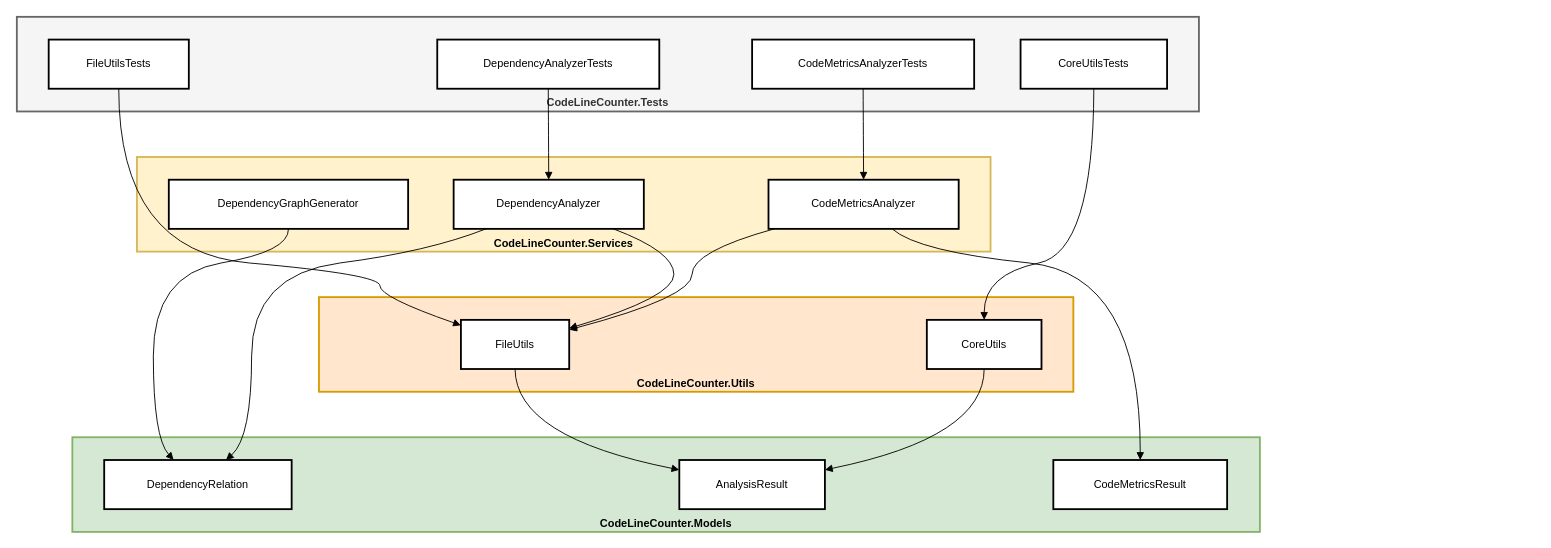
This is assets/archi.drawio from magic5644/codeLineCounter, a draw.io file, before an edit. Source tidied: cells renumbered, new cells numbered last; positions are measured from the earlier drawing's top-left corner, leaving out a move shared by most shapes. Both pictures are drawn from the tidied source at 91%, with x=0, y=0 at pixel (16, 16).
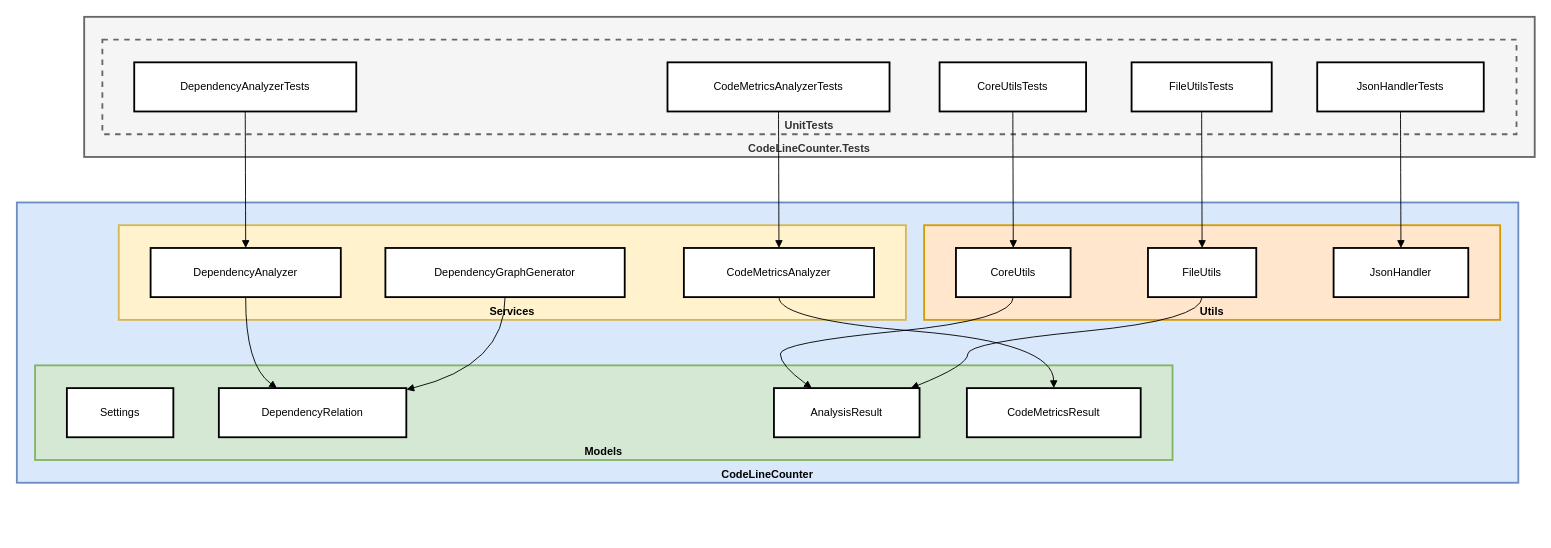
After the change.

Commit message:
refactor: update architecture diagram

Diff of the diagram source:
```diff
@@
-    <mxCell id="2" value="CodeLineCounter.Utils" style="whiteSpace=wrap;strokeWidth=2;verticalAlign=bottom;fontStyle=1;fillColor=#ffe6cc;strokeColor=#d79b00;" parent="1" vertex="1">
-      <mxGeometry x="332" y="308" width="829" height="104" as="geometry" />
-    </mxCell>
-    <mxCell id="3" value="CodeLineCounter.Services" style="whiteSpace=wrap;strokeWidth=2;verticalAlign=bottom;fontStyle=1;fillColor=#fff2cc;strokeColor=#d6b656;" parent="1" vertex="1">
-      <mxGeometry x="132" y="154" width="938" height="104" as="geometry" />
-    </mxCell>
-    <mxCell id="4" value="CodeLineCounter.Models" style="whiteSpace=wrap;strokeWidth=2;verticalAlign=bottom;fontStyle=1;fillColor=#d5e8d4;strokeColor=#82b366;" parent="1" vertex="1">
-      <mxGeometry x="61" y="462" width="1305" height="104" as="geometry" />
-    </mxCell>
-    <mxCell id="5" value="CodeLineCounter.Tests" style="whiteSpace=wrap;strokeWidth=2;verticalAlign=bottom;fontStyle=1;fillColor=#f5f5f5;strokeColor=#666666;fontColor=#333333;" parent="1" vertex="1">
-      <mxGeometry width="1299" height="104" as="geometry" />
+    <mxCell id="5" value="CodeLineCounter.Tests" style="whiteSpace=wrap;strokeWidth=2;verticalAlign=bottom;fontStyle=1;fillColor=#f5f5f5;fontColor=#333333;strokeColor=#666666;" parent="1" vertex="1">
+      <mxGeometry x="74" width="1594" height="154" as="geometry" />
     </mxCell>
-    <mxCell id="6" value="CodeMetricsAnalyzerTests" style="whiteSpace=wrap;strokeWidth=2;" parent="1" vertex="1">
-      <mxGeometry x="808" y="25" width="244" height="54" as="geometry" />
-    </mxCell>
-    <mxCell id="7" value="DependencyAnalyzerTests" style="whiteSpace=wrap;strokeWidth=2;" parent="1" vertex="1">
-      <mxGeometry x="462" y="25" width="244" height="54" as="geometry" />
-    </mxCell>
-    <mxCell id="8" value="CoreUtilsTests" style="whiteSpace=wrap;strokeWidth=2;" parent="1" vertex="1">
-      <mxGeometry x="1103" y="25" width="161" height="54" as="geometry" />
-    </mxCell>
-    <mxCell id="9" value="FileUtilsTests" style="whiteSpace=wrap;strokeWidth=2;" parent="1" vertex="1">
-      <mxGeometry x="35" y="25" width="154" height="54" as="geometry" />
-    </mxCell>
+    <mxCell id="29" value="UnitTests" style="whiteSpace=wrap;strokeWidth=2;verticalAlign=bottom;fontStyle=1;fillColor=#f5f5f5;fontColor=#333333;strokeColor=#666666;dashed=1;" parent="1" vertex="1">
+      <mxGeometry x="94" y="25" width="1554" height="104" as="geometry" />
+    </mxCell>
+    <mxCell id="30" value="CodeLineCounter" style="whiteSpace=wrap;strokeWidth=2;verticalAlign=bottom;fontStyle=1;fillColor=#dae8fc;strokeColor=#6c8ebf;" parent="1" vertex="1">
+      <mxGeometry y="204" width="1650" height="308" as="geometry" />
+    </mxCell>
+    <mxCell id="31" value="Utils" style="whiteSpace=wrap;strokeWidth=2;verticalAlign=bottom;fontStyle=1;fillColor=#ffe6cc;strokeColor=#d79b00;" parent="1" vertex="1">
+      <mxGeometry x="997" y="229" width="633" height="104" as="geometry" />
+    </mxCell>
+    <mxCell id="32" value="Services" style="whiteSpace=wrap;strokeWidth=2;verticalAlign=bottom;fontStyle=1;fillColor=#fff2cc;strokeColor=#d6b656;" parent="1" vertex="1">
+      <mxGeometry x="112" y="229" width="865" height="104" as="geometry" />
+    </mxCell>
+    <mxCell id="33" value="Models" style="whiteSpace=wrap;strokeWidth=2;verticalAlign=bottom;fontStyle=1;fillColor=#d5e8d4;strokeColor=#82b366;" parent="1" vertex="1">
+      <mxGeometry x="20" y="383" width="1250" height="104" as="geometry" />
+    </mxCell>
+    <mxCell id="34" value="Settings" style="whiteSpace=wrap;strokeWidth=2;" parent="1" vertex="1">
+      <mxGeometry x="55" y="408" width="117" height="54" as="geometry" />
+    </mxCell>
     <mxCell id="10" value="DependencyRelation" style="whiteSpace=wrap;strokeWidth=2;" parent="1" vertex="1">
-      <mxGeometry x="96" y="487" width="206" height="54" as="geometry" />
+      <mxGeometry x="222" y="408" width="206" height="54" as="geometry" />
     </mxCell>
     <mxCell id="11" value="AnalysisResult" style="whiteSpace=wrap;strokeWidth=2;" parent="1" vertex="1">
-      <mxGeometry x="728" y="487" width="160" height="54" as="geometry" />
+      <mxGeometry x="832" y="408" width="160" height="54" as="geometry" />
     </mxCell>
     <mxCell id="12" value="CodeMetricsResult" style="whiteSpace=wrap;strokeWidth=2;" parent="1" vertex="1">
-      <mxGeometry x="1139" y="487" width="191" height="54" as="geometry" />
+      <mxGeometry x="1044" y="408" width="191" height="54" as="geometry" />
     </mxCell>
     <mxCell id="13" value="CodeMetricsAnalyzer" style="whiteSpace=wrap;strokeWidth=2;" parent="1" vertex="1">
-      <mxGeometry x="826" y="179" width="209" height="54" as="geometry" />
+      <mxGeometry x="733" y="254" width="209" height="54" as="geometry" />
     </mxCell>
     <mxCell id="14" value="DependencyAnalyzer" style="whiteSpace=wrap;strokeWidth=2;" parent="1" vertex="1">
-      <mxGeometry x="480" y="179" width="209" height="54" as="geometry" />
+      <mxGeometry x="147" y="254" width="209" height="54" as="geometry" />
     </mxCell>
     <mxCell id="15" value="DependencyGraphGenerator" style="whiteSpace=wrap;strokeWidth=2;" parent="1" vertex="1">
-      <mxGeometry x="167" y="179" width="263" height="54" as="geometry" />
+      <mxGeometry x="405" y="254" width="263" height="54" as="geometry" />
     </mxCell>
     <mxCell id="16" value="CoreUtils" style="whiteSpace=wrap;strokeWidth=2;" parent="1" vertex="1">
-      <mxGeometry x="1000" y="333" width="126" height="54" as="geometry" />
+      <mxGeometry x="1032" y="254" width="126" height="54" as="geometry" />
     </mxCell>
     <mxCell id="17" value="FileUtils" style="whiteSpace=wrap;strokeWidth=2;" parent="1" vertex="1">
-      <mxGeometry x="488" y="333" width="119" height="54" as="geometry" />
+      <mxGeometry x="1243" y="254" width="119" height="54" as="geometry" />
     </mxCell>
+    <mxCell id="35" value="JsonHandler" style="whiteSpace=wrap;strokeWidth=2;" parent="1" vertex="1">
+      <mxGeometry x="1447" y="254" width="148" height="54" as="geometry" />
+    </mxCell>
+    <mxCell id="9" value="FileUtilsTests" style="whiteSpace=wrap;strokeWidth=2;" parent="1" vertex="1">
+      <mxGeometry x="1225" y="50" width="154" height="54" as="geometry" />
+    </mxCell>
+    <mxCell id="36" value="JsonHandlerTests" style="whiteSpace=wrap;strokeWidth=2;" parent="1" vertex="1">
+      <mxGeometry x="1429" y="50" width="183" height="54" as="geometry" />
+    </mxCell>
+    <mxCell id="6" value="CodeMetricsAnalyzerTests" style="whiteSpace=wrap;strokeWidth=2;" parent="1" vertex="1">
+      <mxGeometry x="715" y="50" width="244" height="54" as="geometry" />
+    </mxCell>
+    <mxCell id="7" value="DependencyAnalyzerTests" style="whiteSpace=wrap;strokeWidth=2;" parent="1" vertex="1">
+      <mxGeometry x="129" y="50" width="244" height="54" as="geometry" />
+    </mxCell>
+    <mxCell id="8" value="CoreUtilsTests" style="whiteSpace=wrap;strokeWidth=2;" parent="1" vertex="1">
+      <mxGeometry x="1014" y="50" width="161" height="54" as="geometry" />
+    </mxCell>
-    <mxCell id="18" style="curved=1;startArrow=none;endArrow=block;exitX=0.65;exitY=1;entryX=0.5;entryY=0;rounded=0;" parent="1" edge="1" source="13" target="12">
+    <mxCell id="18" style="curved=1;startArrow=none;endArrow=block;exitX=0.5;exitY=1;entryX=0.5;entryY=0;rounded=0;" parent="1" edge="1" source="13" target="12">
       <mxGeometry relative="1" as="geometry">
         <Array as="points">
-          <mxPoint x="990" y="258" />
-          <mxPoint x="1235" y="283" />
+          <mxPoint x="837" y="333" />
+          <mxPoint x="1139" y="358" />
         </Array>
       </mxGeometry>
     </mxCell>
-    <mxCell id="19" style="curved=1;startArrow=none;endArrow=block;exitX=0.03;exitY=1;entryX=1;entryY=0.2;rounded=0;" parent="1" edge="1" source="13" target="17">
-      <mxGeometry relative="1" as="geometry">
-        <Array as="points">
-          <mxPoint x="742" y="258" />
-          <mxPoint x="742" y="308" />
-        </Array>
-      </mxGeometry>
-    </mxCell>
-    <mxCell id="20" style="curved=1;startArrow=none;endArrow=block;exitX=0.17;exitY=1;entryX=0.65;entryY=0;rounded=0;" parent="1" edge="1" source="14" target="10">
+    <mxCell id="20" style="curved=1;startArrow=none;endArrow=block;exitX=0.5;exitY=1;entryX=0.31;entryY=0;rounded=0;" parent="1" edge="1" source="14" target="10">
       <mxGeometry relative="1" as="geometry">
         <Array as="points">
-          <mxPoint x="452" y="258" />
-          <mxPoint x="258" y="283" />
-          <mxPoint x="258" y="462" />
+          <mxPoint x="251" y="383" />
         </Array>
       </mxGeometry>
     </mxCell>
-    <mxCell id="21" style="curved=1;startArrow=none;endArrow=block;exitX=0.84;exitY=1;entryX=1;entryY=0.17;rounded=0;" parent="1" edge="1" source="14" target="17">
-      <mxGeometry relative="1" as="geometry">
-        <Array as="points">
-          <mxPoint x="722" y="258" />
-          <mxPoint x="722" y="308" />
-        </Array>
-      </mxGeometry>
-    </mxCell>
-    <mxCell id="22" style="curved=1;startArrow=none;endArrow=block;exitX=0.5;exitY=1;entryX=0.37;entryY=0;rounded=0;" parent="1" edge="1" source="15" target="10">
+    <mxCell id="22" style="curved=1;startArrow=none;endArrow=block;exitX=0.5;exitY=1;entryX=1;entryY=0.03;rounded=0;" parent="1" edge="1" source="15" target="10">
       <mxGeometry relative="1" as="geometry">
         <Array as="points">
-          <mxPoint x="299" y="258" />
-          <mxPoint x="150" y="283" />
-          <mxPoint x="150" y="462" />
+          <mxPoint x="537" y="383" />
         </Array>
       </mxGeometry>
     </mxCell>
+    <mxCell id="27" style="curved=1;startArrow=none;endArrow=block;exitX=0.5;exitY=1;entryX=0.26;entryY=0;rounded=0;" parent="1" edge="1" source="16" target="11">
+      <mxGeometry relative="1" as="geometry">
+        <Array as="points">
+          <mxPoint x="1095" y="333" />
+          <mxPoint x="839" y="358" />
+          <mxPoint x="839" y="383" />
+        </Array>
+      </mxGeometry>
+    </mxCell>
+    <mxCell id="28" style="curved=1;startArrow=none;endArrow=block;exitX=0.5;exitY=1;entryX=0.94;entryY=0;rounded=0;" parent="1" edge="1" source="17" target="11">
+      <mxGeometry relative="1" as="geometry">
+        <Array as="points">
+          <mxPoint x="1302" y="333" />
+          <mxPoint x="1045" y="358" />
+          <mxPoint x="1045" y="383" />
+        </Array>
+      </mxGeometry>
+    </mxCell>
+    <mxCell id="26" style="curved=1;startArrow=none;endArrow=block;exitX=0.5;exitY=1;entryX=0.5;entryY=0;rounded=0;" parent="1" edge="1" source="9" target="17">
+      <mxGeometry relative="1" as="geometry" />
+    </mxCell>
+    <mxCell id="37" style="curved=1;startArrow=none;endArrow=block;exitX=0.5;exitY=1;entryX=0.5;entryY=0;rounded=0;" parent="1" edge="1" source="36" target="35">
+      <mxGeometry relative="1" as="geometry" />
+    </mxCell>
@@
     <mxCell id="25" style="curved=1;startArrow=none;endArrow=block;exitX=0.5;exitY=1;entryX=0.5;entryY=0;rounded=0;" parent="1" edge="1" source="8" target="16">
-      <mxGeometry relative="1" as="geometry">
-        <Array as="points">
-          <mxPoint x="1183" y="258" />
-          <mxPoint x="1063" y="283" />
-        </Array>
-      </mxGeometry>
+      <mxGeometry relative="1" as="geometry" />
     </mxCell>
-    <mxCell id="26" style="curved=1;startArrow=none;endArrow=block;exitX=0.5;exitY=1;entryX=0;entryY=0.11;rounded=0;" parent="1" edge="1" source="9" target="17">
-      <mxGeometry relative="1" as="geometry">
-        <Array as="points">
-          <mxPoint x="112" y="258" />
-          <mxPoint x="399" y="283" />
-          <mxPoint x="399" y="308" />
-        </Array>
-      </mxGeometry>
-    </mxCell>
-    <mxCell id="27" style="curved=1;startArrow=none;endArrow=block;exitX=0.5;exitY=1;entryX=1;entryY=0.2;rounded=0;" parent="1" edge="1" source="16" target="11">
-      <mxGeometry relative="1" as="geometry">
-        <Array as="points">
-          <mxPoint x="1063" y="462" />
-        </Array>
-      </mxGeometry>
-    </mxCell>
-    <mxCell id="28" style="curved=1;startArrow=none;endArrow=block;exitX=0.5;exitY=1;entryX=0;entryY=0.2;rounded=0;" parent="1" edge="1" source="17" target="11">
-      <mxGeometry relative="1" as="geometry">
-        <Array as="points">
-          <mxPoint x="548" y="462" />
-        </Array>
-      </mxGeometry>
-    </mxCell>
```
